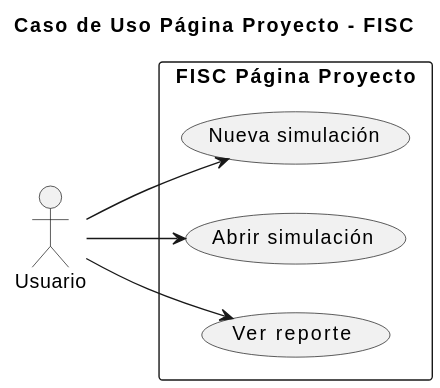
The PlantUML diagram imagenes/casosDeUso/casoUsoPaginaProyecto.svg in mmasias/23-24-IdSw1-SDR, before a commit.
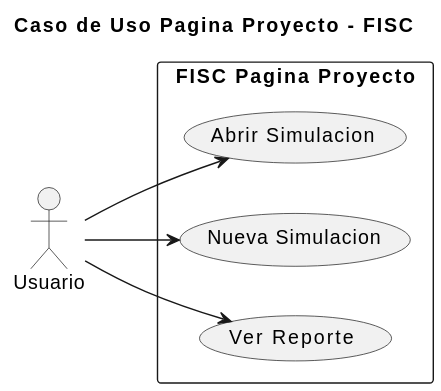
After the change.

What changed in the source:
```diff
@@ -1,16 +1,17 @@
 @startuml
-title Caso de Uso Página Proyecto - FISC
+title Caso de Uso Pagina Proyecto - FISC
 
 left to right direction
 
-actor Usuario as user2
+actor Usuario as user
 
-rectangle "FISC Página Proyecto" {
-  usecase "Nueva simulación" as nueva
-  usecase "Abrir simulación" as abrir
-  usecase "Ver reporte" as reportes
+rectangle "FISC Pagina Proyecto" {
+    usecase "Abrir Simulacion" as abrirSimulacion
+    usecase "Nueva Simulacion" as nuevaSimulacion
+    usecase "Ver Reporte" as verReporte
 }
-  user2 --> nueva : ""
-  user2 --> abrir : ""
-  user2 --> reportes : ""
+
+user --> abrirSimulacion : ""
+user --> nuevaSimulacion : ""
+user --> verReporte : ""
 @enduml
```
